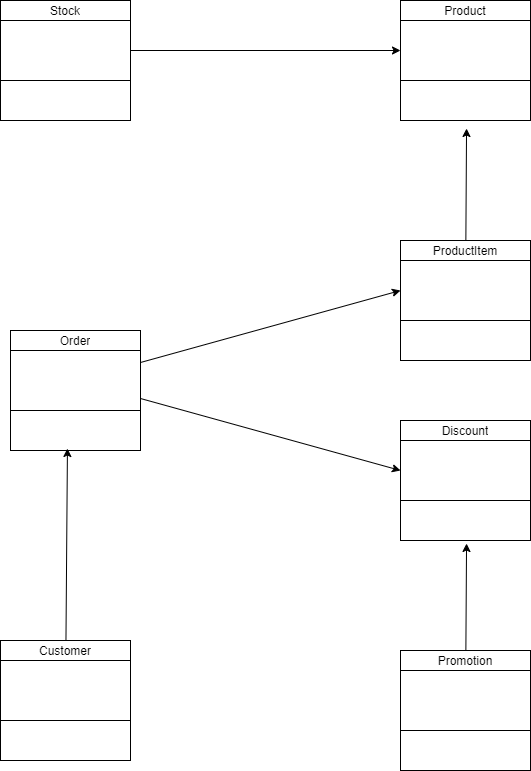
The draw.io diagram docs/diagram/UML1.drawio.png in felipementel/PotatoStore, before a commit. Source tidied: cells renumbered, new cells last; positions are measured from the earlier drawing's top-left corner, leaving out a move shared by most shapes.
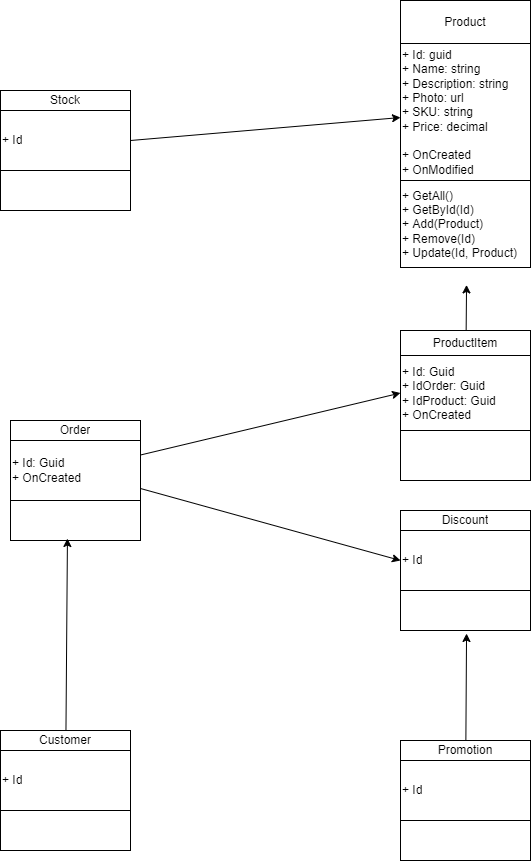
After the change.

Diff of the diagram source:
```diff
@@ -17,59 +17,59 @@
     <mxCell id="6" style="shape=partialRectangle;fillColor=none;top=0;left=0;bottom=0;right=0;points=[[0,0.5],[1,0.5]];portConstraint=eastwest;" parent="3" vertex="1">
       <mxGeometry y="20" width="130" height="60" as="geometry" />
     </mxCell>
-    <mxCell id="7" style="shape=partialRectangle;html=1;whiteSpace=wrap;overflow=hidden;fillColor=none;top=0;left=0;bottom=0;right=0;" parent="6" vertex="1">
+    <mxCell id="7" value="+ Id" style="shape=partialRectangle;html=1;whiteSpace=wrap;overflow=hidden;fillColor=none;top=0;left=0;bottom=0;right=0;align=left;" parent="6" vertex="1">
       <mxGeometry width="130" height="60" as="geometry" />
     </mxCell>
     <mxCell id="8" style="shape=partialRectangle;fillColor=none;top=0;left=0;bottom=0;right=0;" parent="3" vertex="1">
       <mxGeometry y="80" width="130" height="40" as="geometry" />
     </mxCell>
-    <mxCell id="9" style="shape=partialRectangle;html=1;whiteSpace=wrap;overflow=hidden;fillColor=none;top=0;left=0;bottom=0;right=0;" parent="8" vertex="1">
+    <mxCell id="9" style="shape=partialRectangle;html=1;whiteSpace=wrap;overflow=hidden;fillColor=none;top=0;left=0;bottom=0;right=0;align=left;" parent="8" vertex="1">
       <mxGeometry width="130" height="40" as="geometry" />
     </mxCell>
-    <mxCell id="10" style="shape=table;startSize=0;" parent="1" vertex="1">
-      <mxGeometry x="400" width="130" height="120" as="geometry" />
+    <mxCell id="10" style="shape=table;startSize=0;align=left;" parent="1" vertex="1">
+      <mxGeometry x="400" y="-90" width="130" height="267" as="geometry" />
     </mxCell>
     <mxCell id="11" style="shape=partialRectangle;fillColor=none;top=0;left=0;bottom=0;right=0;" parent="10" vertex="1">
-      <mxGeometry width="130" height="20" as="geometry" />
+      <mxGeometry width="130" height="43" as="geometry" />
     </mxCell>
     <mxCell id="12" value="Product" style="shape=partialRectangle;html=1;whiteSpace=wrap;overflow=hidden;fillColor=none;top=0;left=0;bottom=0;right=0;" parent="11" vertex="1">
-      <mxGeometry width="130" height="20" as="geometry" />
+      <mxGeometry width="130" height="43" as="geometry" />
     </mxCell>
     <mxCell id="13" style="shape=partialRectangle;fillColor=none;top=0;left=0;bottom=0;right=0;points=[[0,0.5],[1,0.5]];portConstraint=eastwest;" parent="10" vertex="1">
-      <mxGeometry y="20" width="130" height="60" as="geometry" />
+      <mxGeometry y="43" width="130" height="137" as="geometry" />
     </mxCell>
-    <mxCell id="14" style="shape=partialRectangle;html=1;whiteSpace=wrap;overflow=hidden;fillColor=none;top=0;left=0;bottom=0;right=0;" parent="13" vertex="1">
-      <mxGeometry width="130" height="60" as="geometry" />
+    <mxCell id="14" value="+ Id: guid&lt;br&gt;+ Name: string&lt;br&gt;+ Description: string&lt;br&gt;+ Photo: url&lt;br&gt;+ SKU: string&lt;br&gt;+ Price: decimal&lt;br&gt;&lt;br&gt;+ OnCreated&lt;br&gt;+ OnModified" style="shape=partialRectangle;html=1;whiteSpace=wrap;overflow=hidden;fillColor=none;top=0;left=0;bottom=0;right=0;align=left;" parent="13" vertex="1">
+      <mxGeometry width="130" height="137" as="geometry" />
     </mxCell>
     <mxCell id="15" style="shape=partialRectangle;fillColor=none;top=0;left=0;bottom=0;right=0;points=[[0,0.5],[1,0.5]];portConstraint=eastwest;" parent="10" vertex="1">
-      <mxGeometry y="80" width="130" height="40" as="geometry" />
+      <mxGeometry y="180" width="130" height="87" as="geometry" />
     </mxCell>
-    <mxCell id="16" style="shape=partialRectangle;html=1;whiteSpace=wrap;overflow=hidden;fillColor=none;top=0;left=0;bottom=0;right=0;" parent="15" vertex="1">
-      <mxGeometry width="130" height="40" as="geometry" />
+    <mxCell id="16" value="+ GetAll()&lt;br&gt;+ GetById(Id)&lt;br&gt;+ Add(Product)&lt;br&gt;+ Remove(Id)&lt;br&gt;+ Update(Id, Product)" style="shape=partialRectangle;html=1;whiteSpace=wrap;overflow=hidden;fillColor=none;top=0;left=0;bottom=0;right=0;align=left;" parent="15" vertex="1">
+      <mxGeometry width="130" height="87" as="geometry" />
     </mxCell>
     <mxCell id="17" style="edgeStyle=none;html=1;entryX=0.508;entryY=1.2;entryDx=0;entryDy=0;entryPerimeter=0;" parent="1" edge="1" source="18" target="15">
       <mxGeometry relative="1" as="geometry" />
     </mxCell>
-    <mxCell id="18" style="shape=table;startSize=0;" parent="1" vertex="1">
-      <mxGeometry x="400" y="240" width="130" height="120" as="geometry" />
+    <mxCell id="18" style="shape=table;startSize=0;align=left;" parent="1" vertex="1">
+      <mxGeometry x="400" y="240" width="130" height="150" as="geometry" />
     </mxCell>
     <mxCell id="19" style="shape=partialRectangle;fillColor=none;top=0;left=0;bottom=0;right=0;" parent="18" vertex="1">
-      <mxGeometry width="130" height="20" as="geometry" />
+      <mxGeometry width="130" height="25" as="geometry" />
     </mxCell>
     <mxCell id="20" value="ProductItem" style="shape=partialRectangle;html=1;whiteSpace=wrap;overflow=hidden;fillColor=none;top=0;left=0;bottom=0;right=0;" parent="19" vertex="1">
-      <mxGeometry width="130" height="20" as="geometry" />
+      <mxGeometry width="130" height="25" as="geometry" />
     </mxCell>
     <mxCell id="21" style="shape=partialRectangle;fillColor=none;top=0;left=0;bottom=0;right=0;points=[[0,0.5],[1,0.5]];portConstraint=eastwest;" parent="18" vertex="1">
-      <mxGeometry y="20" width="130" height="60" as="geometry" />
+      <mxGeometry y="25" width="130" height="75" as="geometry" />
     </mxCell>
-    <mxCell id="22" style="shape=partialRectangle;html=1;whiteSpace=wrap;overflow=hidden;fillColor=none;top=0;left=0;bottom=0;right=0;" parent="21" vertex="1">
-      <mxGeometry width="130" height="60" as="geometry" />
+    <mxCell id="22" value="+ Id: Guid&lt;br&gt;+ IdOrder: Guid&lt;br&gt;+ IdProduct: Guid&lt;br&gt;+ OnCreated" style="shape=partialRectangle;html=1;whiteSpace=wrap;overflow=hidden;fillColor=none;top=0;left=0;bottom=0;right=0;align=left;" parent="21" vertex="1">
+      <mxGeometry width="130" height="75" as="geometry" />
     </mxCell>
     <mxCell id="23" style="shape=partialRectangle;fillColor=none;top=0;left=0;bottom=0;right=0;" parent="18" vertex="1">
-      <mxGeometry y="80" width="130" height="40" as="geometry" />
+      <mxGeometry y="100" width="130" height="50" as="geometry" />
     </mxCell>
-    <mxCell id="24" style="shape=partialRectangle;html=1;whiteSpace=wrap;overflow=hidden;fillColor=none;top=0;left=0;bottom=0;right=0;" parent="23" vertex="1">
-      <mxGeometry width="130" height="40" as="geometry" />
+    <mxCell id="24" style="shape=partialRectangle;html=1;whiteSpace=wrap;overflow=hidden;fillColor=none;top=0;left=0;bottom=0;right=0;align=left;" parent="23" vertex="1">
+      <mxGeometry width="130" height="50" as="geometry" />
     </mxCell>
     <mxCell id="25" style="shape=table;startSize=0;" parent="1" vertex="1">
       <mxGeometry x="10" y="330" width="130" height="120" as="geometry" />
@@ -83,13 +83,13 @@
     <mxCell id="28" style="shape=partialRectangle;fillColor=none;top=0;left=0;bottom=0;right=0;points=[[0,0.5],[1,0.5]];portConstraint=eastwest;" parent="25" vertex="1">
       <mxGeometry y="20" width="130" height="60" as="geometry" />
     </mxCell>
-    <mxCell id="29" style="shape=partialRectangle;html=1;whiteSpace=wrap;overflow=hidden;fillColor=none;top=0;left=0;bottom=0;right=0;" parent="28" vertex="1">
+    <mxCell id="29" value="+ Id: Guid&lt;br&gt;+ OnCreated" style="shape=partialRectangle;html=1;whiteSpace=wrap;overflow=hidden;fillColor=none;top=0;left=0;bottom=0;right=0;align=left;" parent="28" vertex="1">
       <mxGeometry width="130" height="60" as="geometry" />
     </mxCell>
     <mxCell id="30" style="shape=partialRectangle;fillColor=none;top=0;left=0;bottom=0;right=0;points=[[0,0.5],[1,0.5]];portConstraint=eastwest;" parent="25" vertex="1">
       <mxGeometry y="80" width="130" height="40" as="geometry" />
     </mxCell>
-    <mxCell id="31" style="shape=partialRectangle;html=1;whiteSpace=wrap;overflow=hidden;fillColor=none;top=0;left=0;bottom=0;right=0;" parent="30" vertex="1">
+    <mxCell id="31" style="shape=partialRectangle;html=1;whiteSpace=wrap;overflow=hidden;fillColor=none;top=0;left=0;bottom=0;right=0;align=left;" parent="30" vertex="1">
       <mxGeometry width="130" height="40" as="geometry" />
     </mxCell>
     <mxCell id="32" style="edgeStyle=none;html=1;entryX=0.438;entryY=0.95;entryDx=0;entryDy=0;entryPerimeter=0;" parent="1" edge="1" source="33" target="30">
@@ -107,16 +107,16 @@
     <mxCell id="36" style="shape=partialRectangle;fillColor=none;top=0;left=0;bottom=0;right=0;" parent="33" vertex="1">
       <mxGeometry y="20" width="130" height="60" as="geometry" />
     </mxCell>
-    <mxCell id="37" style="shape=partialRectangle;html=1;whiteSpace=wrap;overflow=hidden;fillColor=none;top=0;left=0;bottom=0;right=0;" parent="36" vertex="1">
+    <mxCell id="37" value="+ Id" style="shape=partialRectangle;html=1;whiteSpace=wrap;overflow=hidden;fillColor=none;top=0;left=0;bottom=0;right=0;align=left;" parent="36" vertex="1">
       <mxGeometry width="130" height="60" as="geometry" />
     </mxCell>
     <mxCell id="38" style="shape=partialRectangle;fillColor=none;top=0;left=0;bottom=0;right=0;" parent="33" vertex="1">
       <mxGeometry y="80" width="130" height="40" as="geometry" />
     </mxCell>
-    <mxCell id="39" style="shape=partialRectangle;html=1;whiteSpace=wrap;overflow=hidden;fillColor=none;top=0;left=0;bottom=0;right=0;" parent="38" vertex="1">
+    <mxCell id="39" style="shape=partialRectangle;html=1;whiteSpace=wrap;overflow=hidden;fillColor=none;top=0;left=0;bottom=0;right=0;align=left;" parent="38" vertex="1">
       <mxGeometry width="130" height="40" as="geometry" />
     </mxCell>
-    <mxCell id="40" style="shape=table;startSize=0;" parent="1" vertex="1">
+    <mxCell id="40" style="shape=table;startSize=0;align=left;" parent="1" vertex="1">
       <mxGeometry x="400" y="420" width="130" height="120" as="geometry" />
     </mxCell>
     <mxCell id="41" style="shape=partialRectangle;fillColor=none;top=0;left=0;bottom=0;right=0;" parent="40" vertex="1">
@@ -128,13 +128,13 @@
     <mxCell id="43" style="shape=partialRectangle;fillColor=none;top=0;left=0;bottom=0;right=0;points=[[0,0.5],[1,0.5]];portConstraint=eastwest;" parent="40" vertex="1">
       <mxGeometry y="20" width="130" height="60" as="geometry" />
     </mxCell>
-    <mxCell id="44" style="shape=partialRectangle;html=1;whiteSpace=wrap;overflow=hidden;fillColor=none;top=0;left=0;bottom=0;right=0;" parent="43" vertex="1">
+    <mxCell id="44" value="+ Id" style="shape=partialRectangle;html=1;whiteSpace=wrap;overflow=hidden;fillColor=none;top=0;left=0;bottom=0;right=0;align=left;" parent="43" vertex="1">
       <mxGeometry width="130" height="60" as="geometry" />
     </mxCell>
     <mxCell id="45" style="shape=partialRectangle;fillColor=none;top=0;left=0;bottom=0;right=0;points=[[0,0.5],[1,0.5]];portConstraint=eastwest;" parent="40" vertex="1">
       <mxGeometry y="80" width="130" height="40" as="geometry" />
     </mxCell>
-    <mxCell id="46" style="shape=partialRectangle;html=1;whiteSpace=wrap;overflow=hidden;fillColor=none;top=0;left=0;bottom=0;right=0;" parent="45" vertex="1">
+    <mxCell id="46" style="shape=partialRectangle;html=1;whiteSpace=wrap;overflow=hidden;fillColor=none;top=0;left=0;bottom=0;right=0;align=left;" parent="45" vertex="1">
       <mxGeometry width="130" height="40" as="geometry" />
     </mxCell>
     <mxCell id="47" style="edgeStyle=none;html=1;entryX=0.508;entryY=1.075;entryDx=0;entryDy=0;entryPerimeter=0;" parent="1" edge="1" source="48" target="45">
@@ -152,13 +152,13 @@
     <mxCell id="51" style="shape=partialRectangle;fillColor=none;top=0;left=0;bottom=0;right=0;" parent="48" vertex="1">
       <mxGeometry y="20" width="130" height="60" as="geometry" />
     </mxCell>
-    <mxCell id="52" style="shape=partialRectangle;html=1;whiteSpace=wrap;overflow=hidden;fillColor=none;top=0;left=0;bottom=0;right=0;" parent="51" vertex="1">
+    <mxCell id="52" value="+ Id" style="shape=partialRectangle;html=1;whiteSpace=wrap;overflow=hidden;fillColor=none;top=0;left=0;bottom=0;right=0;align=left;" parent="51" vertex="1">
       <mxGeometry width="130" height="60" as="geometry" />
     </mxCell>
     <mxCell id="53" style="shape=partialRectangle;fillColor=none;top=0;left=0;bottom=0;right=0;" parent="48" vertex="1">
       <mxGeometry y="80" width="130" height="40" as="geometry" />
     </mxCell>
-    <mxCell id="54" style="shape=partialRectangle;html=1;whiteSpace=wrap;overflow=hidden;fillColor=none;top=0;left=0;bottom=0;right=0;" parent="53" vertex="1">
+    <mxCell id="54" style="shape=partialRectangle;html=1;whiteSpace=wrap;overflow=hidden;fillColor=none;top=0;left=0;bottom=0;right=0;align=left;" parent="53" vertex="1">
       <mxGeometry width="130" height="40" as="geometry" />
     </mxCell>
     <mxCell id="55" style="edgeStyle=none;html=1;entryX=0;entryY=0.5;entryDx=0;entryDy=0;" parent="1" edge="1" source="28" target="21">
```
